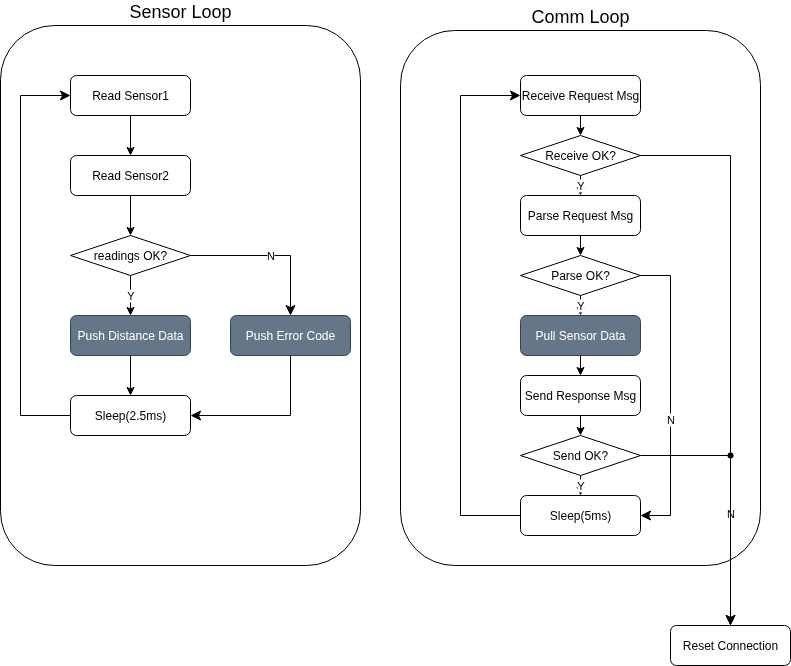
ernst-schwaiger/IDP keeps this draw.io diagram as acc/doc/design/images/StateDiagramNode1.png. Above is the earlier version. Source tidied: cells renumbered, new cells last; positions are measured from the earlier drawing's top-left corner, leaving out a move shared by most shapes.
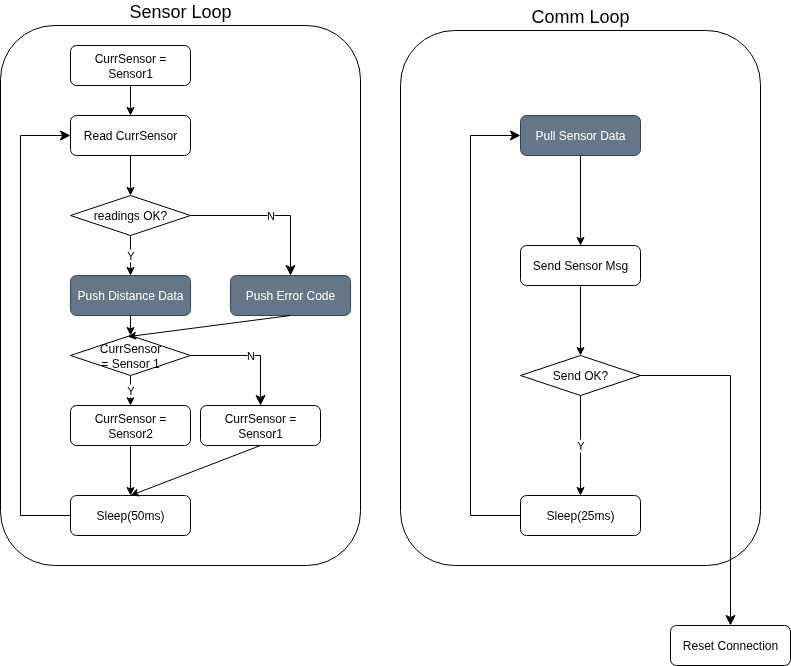
After the change.

Commit message:
Update design: Communication pattern, state charts, module->req tracing, typos

The edit, as a diff of the source:
```diff
@@ -8,144 +8,120 @@
     <mxCell id="3" value="Sensor Loop" style="rounded=1;whiteSpace=wrap;html=1;fontSize=18;labelPosition=center;verticalLabelPosition=top;align=center;verticalAlign=bottom;" parent="1" vertex="1">
       <mxGeometry width="360" height="540" as="geometry" />
     </mxCell>
-    <mxCell id="4" style="group;" parent="1" vertex="1">
-      <mxGeometry x="20" y="50" width="680" height="360" as="geometry" />
-    </mxCell>
+    <mxCell id="18" value="Reset Connection" style="rounded=1;whiteSpace=wrap;html=1;" parent="1" vertex="1">
+      <mxGeometry x="670" y="600" width="120" height="40" as="geometry" />
+    </mxCell>
+    <mxCell id="38" style="edgeStyle=elbowEdgeStyle;elbow=vertical;endArrow=classic;html=1;curved=0;rounded=0;endSize=8;startSize=8;exitX=1;exitY=0.5;exitDx=0;exitDy=0;entryDx=0;entryDy=0;entryX=0.5;entryY=0;" parent="1" edge="1" source="32" target="18">
+      <mxGeometry x="0.29" y="-20" relative="1" as="geometry">
+        <Array as="points">
+          <mxPoint x="690" y="350" />
+        </Array>
+        <mxPoint x="20" y="-20" as="offset" />
+      </mxGeometry>
+    </mxCell>
+    <mxCell id="26" value="Pull Sensor Data" style="rounded=1;whiteSpace=wrap;html=1;fillColor=#647687;fontColor=#ffffff;strokeColor=#314354;" parent="1" vertex="1">
+      <mxGeometry x="520" y="90" width="120" height="40" as="geometry" />
+    </mxCell>
+    <mxCell id="28" value="Send Sensor Msg" style="rounded=1;whiteSpace=wrap;html=1;" parent="1" vertex="1">
+      <mxGeometry x="520" y="220" width="120" height="40" as="geometry" />
+    </mxCell>
+    <mxCell id="29" style="endArrow=classic;html=1;rounded=0;entryX=0.5;entryY=0;entryDx=0;entryDy=0;exitX=0.5;exitY=1;exitDx=0;exitDy=0;" parent="1" edge="1" source="26" target="28">
+      <mxGeometry relative="1" as="geometry" />
+    </mxCell>
+    <mxCell id="32" value="Send OK?" style="rhombus;whiteSpace=wrap;html=1;" parent="1" vertex="1">
+      <mxGeometry x="520" y="330" width="120" height="40" as="geometry" />
+    </mxCell>
+    <mxCell id="33" style="endArrow=classic;html=1;rounded=0;entryX=0.5;entryY=0;entryDx=0;entryDy=0;exitX=0.5;exitY=1;exitDx=0;exitDy=0;" parent="1" edge="1" source="28" target="32">
+      <mxGeometry relative="1" as="geometry" />
+    </mxCell>
+    <mxCell id="34" value="Sleep(25ms)" style="rounded=1;whiteSpace=wrap;html=1;" parent="1" vertex="1">
+      <mxGeometry x="520" y="470" width="120" height="40" as="geometry" />
+    </mxCell>
+    <mxCell id="36" value="Y" style="endArrow=classic;html=1;rounded=0;entryX=0.5;entryY=0;entryDx=0;entryDy=0;exitX=0.5;exitY=1;exitDx=0;exitDy=0;" parent="1" edge="1" source="32" target="34">
+      <mxGeometry relative="1" as="geometry" />
+    </mxCell>
+    <mxCell id="40" value="CurrSensor =&lt;div&gt;Sensor1&lt;/div&gt;" style="rounded=1;whiteSpace=wrap;html=1;" parent="1" vertex="1">
+      <mxGeometry x="70" y="20" width="120" height="40" as="geometry" />
+    </mxCell>
-    <mxCell id="5" value="Read Sensor1" style="rounded=1;whiteSpace=wrap;html=1;" parent="4" vertex="1">
-      <mxGeometry x="50" width="120" height="40" as="geometry" />
+    <mxCell id="5" value="Read CurrSensor" style="rounded=1;whiteSpace=wrap;html=1;" parent="1" vertex="1">
+      <mxGeometry x="70" y="90" width="120" height="40" as="geometry" />
     </mxCell>
-    <mxCell id="6" value="Read Sensor2" style="rounded=1;whiteSpace=wrap;html=1;" parent="4" vertex="1">
-      <mxGeometry x="50" y="80" width="120" height="40" as="geometry" />
-    </mxCell>
-    <mxCell id="7" style="endArrow=classic;html=1;rounded=0;entryX=0.5;entryY=0;entryDx=0;entryDy=0;exitX=0.5;exitY=1;exitDx=0;exitDy=0;" parent="4" edge="1" source="5" target="6">
-      <mxGeometry relative="1" as="geometry" />
+    <mxCell id="7" style="endArrow=classic;html=1;rounded=0;entryX=0.5;entryY=0;entryDx=0;entryDy=0;exitX=0.5;exitY=1;exitDx=0;exitDy=0;" parent="1" edge="1" source="5">
+      <mxGeometry relative="1" as="geometry">
+        <mxPoint x="130" y="170" as="targetPoint" />
+      </mxGeometry>
     </mxCell>
-    <mxCell id="8" style="endArrow=classic;html=1;rounded=0;exitX=0.5;exitY=1;exitDx=0;exitDy=0;" parent="4" edge="1" source="6" target="9">
-      <mxGeometry relative="1" as="geometry" />
-    </mxCell>
-    <mxCell id="9" value="readings&amp;nbsp;&lt;span style=&quot;background-color: transparent; color: light-dark(rgb(0, 0, 0), rgb(255, 255, 255));&quot;&gt;OK?&lt;/span&gt;" style="rhombus;whiteSpace=wrap;html=1;" parent="4" vertex="1">
-      <mxGeometry x="50" y="160" width="120" height="40" as="geometry" />
+    <mxCell id="9" value="readings&amp;nbsp;&lt;span style=&quot;background-color: transparent; color: light-dark(rgb(0, 0, 0), rgb(255, 255, 255));&quot;&gt;OK?&lt;/span&gt;" style="rhombus;whiteSpace=wrap;html=1;" parent="1" vertex="1">
+      <mxGeometry x="70" y="170" width="120" height="40" as="geometry" />
     </mxCell>
-    <mxCell id="10" value="Push Distance Data" style="rounded=1;whiteSpace=wrap;html=1;fillColor=#647687;fontColor=#ffffff;strokeColor=#314354;" parent="4" vertex="1">
-      <mxGeometry x="50" y="240" width="120" height="40" as="geometry" />
+    <mxCell id="10" value="Push Distance Data" style="rounded=1;whiteSpace=wrap;html=1;fillColor=#647687;fontColor=#ffffff;strokeColor=#314354;" parent="1" vertex="1">
+      <mxGeometry x="70" y="250" width="120" height="40" as="geometry" />
     </mxCell>
-    <mxCell id="11" value="Y" style="endArrow=classic;html=1;rounded=0;entryX=0.5;entryY=0;entryDx=0;entryDy=0;exitX=0.5;exitY=1;exitDx=0;exitDy=0;" parent="4" edge="1" source="9" target="10">
+    <mxCell id="11" value="Y" style="endArrow=classic;html=1;rounded=0;entryX=0.5;entryY=0;entryDx=0;entryDy=0;exitX=0.5;exitY=1;exitDx=0;exitDy=0;" parent="1" edge="1" source="9" target="10">
       <mxGeometry relative="1" as="geometry" />
     </mxCell>
-    <mxCell id="12" value="Push Error Code" style="rounded=1;whiteSpace=wrap;html=1;fillColor=#647687;fontColor=#ffffff;strokeColor=#314354;" parent="4" vertex="1">
-      <mxGeometry x="210" y="240" width="120" height="40" as="geometry" />
+    <mxCell id="12" value="Push Error Code" style="rounded=1;whiteSpace=wrap;html=1;fillColor=#647687;fontColor=#ffffff;strokeColor=#314354;" parent="1" vertex="1">
+      <mxGeometry x="230" y="250" width="120" height="40" as="geometry" />
     </mxCell>
-    <mxCell id="13" value="N" style="edgeStyle=elbowEdgeStyle;elbow=vertical;endArrow=classic;html=1;curved=0;rounded=0;endSize=8;startSize=8;entryX=0.5;entryY=0;entryDx=0;entryDy=0;exitX=1;exitY=0.5;exitDx=0;exitDy=0;" parent="4" edge="1" source="9" target="12">
+    <mxCell id="13" value="N" style="edgeStyle=elbowEdgeStyle;elbow=vertical;endArrow=classic;html=1;curved=0;rounded=0;endSize=8;startSize=8;entryX=0.5;entryY=0;entryDx=0;entryDy=0;exitX=1;exitY=0.5;exitDx=0;exitDy=0;" parent="1" edge="1" source="9" target="12">
       <mxGeometry relative="1" as="geometry">
         <Array as="points">
-          <mxPoint x="230" y="180" />
+          <mxPoint x="250" y="190" />
         </Array>
       </mxGeometry>
     </mxCell>
-    <mxCell id="14" value="Sleep(2.5ms)" style="rounded=1;whiteSpace=wrap;html=1;" parent="4" vertex="1">
-      <mxGeometry x="50" y="320" width="120" height="40" as="geometry" />
+    <mxCell id="14" value="Sleep(50ms)" style="rounded=1;whiteSpace=wrap;html=1;" parent="1" vertex="1">
+      <mxGeometry x="70" y="470" width="120" height="40" as="geometry" />
     </mxCell>
-    <mxCell id="15" style="endArrow=classic;html=1;rounded=0;entryX=0.5;entryY=0;entryDx=0;entryDy=0;exitX=0.5;exitY=1;exitDx=0;exitDy=0;" parent="4" edge="1" source="10" target="14">
+    <mxCell id="15" value="Y" style="endArrow=classic;html=1;rounded=0;exitX=0.5;exitY=1;exitDx=0;exitDy=0;" parent="1" edge="1" source="41" target="44">
       <mxGeometry relative="1" as="geometry" />
     </mxCell>
-    <mxCell id="16" style="edgeStyle=elbowEdgeStyle;elbow=vertical;endArrow=classic;html=1;curved=0;rounded=0;endSize=8;startSize=8;entryX=1;entryY=0.5;entryDx=0;entryDy=0;exitX=0.5;exitY=1;exitDx=0;exitDy=0;" parent="4" edge="1" source="12" target="14">
-      <mxGeometry relative="1" as="geometry">
-        <Array as="points">
-          <mxPoint x="270" y="340" />
-        </Array>
-      </mxGeometry>
-    </mxCell>
-    <mxCell id="17" style="edgeStyle=elbowEdgeStyle;elbow=vertical;endArrow=classic;html=1;curved=0;rounded=0;endSize=8;startSize=8;entryX=0;entryY=0.5;entryDx=0;entryDy=0;exitX=0;exitY=0.5;exitDx=0;exitDy=0;" parent="4" edge="1" source="14" target="5">
+    <mxCell id="17" style="edgeStyle=elbowEdgeStyle;elbow=vertical;endArrow=classic;html=1;curved=0;rounded=0;endSize=8;startSize=8;entryX=0;entryY=0.5;entryDx=0;entryDy=0;exitX=0;exitY=0.5;exitDx=0;exitDy=0;" parent="1" edge="1" source="14" target="5">
       <mxGeometry relative="1" as="geometry">
         <Array as="points">
-          <mxPoint y="160" />
+          <mxPoint x="20" y="250" />
         </Array>
       </mxGeometry>
     </mxCell>
-    <mxCell id="18" value="Reset Connection" style="rounded=1;whiteSpace=wrap;html=1;" parent="1" vertex="1">
-      <mxGeometry x="670" y="600" width="120" height="40" as="geometry" />
-    </mxCell>
+    <mxCell id="41" value="CurrSensor&lt;div&gt;= Sensor 1&lt;/div&gt;" style="rhombus;whiteSpace=wrap;html=1;" parent="1" vertex="1">
+      <mxGeometry x="70" y="310" width="120" height="40" as="geometry" />
+    </mxCell>
+    <mxCell id="42" style="endArrow=classic;html=1;rounded=0;exitX=0.5;exitY=1;exitDx=0;exitDy=0;entryX=0.5;entryY=0;entryDx=0;entryDy=0;" parent="1" edge="1" source="10" target="41">
+      <mxGeometry relative="1" as="geometry" />
+    </mxCell>
+    <mxCell id="43" style="endArrow=classic;html=1;rounded=0;entryX=0.477;entryY=0.03;entryDx=0;entryDy=0;entryPerimeter=0;" parent="1" edge="1" target="41">
+      <mxGeometry relative="1" as="geometry">
+        <mxPoint x="290" y="290" as="sourcePoint" />
+      </mxGeometry>
+    </mxCell>
+    <mxCell id="44" value="CurrSensor =&lt;div&gt;Sensor2&lt;/div&gt;" style="rounded=1;whiteSpace=wrap;html=1;" parent="1" vertex="1">
+      <mxGeometry x="70" y="380" width="120" height="40" as="geometry" />
+    </mxCell>
+    <mxCell id="45" value="CurrSensor =&lt;div&gt;Sensor1&lt;/div&gt;" style="rounded=1;whiteSpace=wrap;html=1;" parent="1" vertex="1">
+      <mxGeometry x="200" y="380" width="120" height="40" as="geometry" />
+    </mxCell>
-    <mxCell id="19" value="N" style="edgeStyle=elbowEdgeStyle;elbow=vertical;endArrow=classic;html=1;curved=0;rounded=0;endSize=8;startSize=8;exitX=1;exitY=0.5;exitDx=0;exitDy=0;entryX=0.5;entryY=0;entryDx=0;entryDy=0;" parent="1" edge="1" source="32" target="18">
-      <mxGeometry x="0.29" y="-20" relative="1" as="geometry">
+    <mxCell id="19" value="N" style="edgeStyle=elbowEdgeStyle;elbow=vertical;endArrow=classic;html=1;curved=0;rounded=0;endSize=8;startSize=8;exitX=1;exitY=0.5;exitDx=0;exitDy=0;entryX=0.5;entryY=0;entryDx=0;entryDy=0;" parent="1" edge="1" source="41" target="45">
+      <mxGeometry relative="1" as="geometry">
         <Array as="points">
-          <mxPoint x="720" y="430" />
+          <mxPoint x="230" y="330" />
         </Array>
-        <mxPoint x="20" y="-20" as="offset" />
       </mxGeometry>
     </mxCell>
-    <mxCell id="20" style="group;" parent="1" vertex="1">
-      <mxGeometry x="460" y="50" width="180" height="460" as="geometry" />
-    </mxCell>
-    <mxCell id="21" value="Receive Request Msg" style="rounded=1;whiteSpace=wrap;html=1;" parent="20" vertex="1">
-      <mxGeometry x="60" width="120" height="40" as="geometry" />
-    </mxCell>
-    <mxCell id="22" value="Parse Request Msg" style="rounded=1;whiteSpace=wrap;html=1;" parent="20" vertex="1">
-      <mxGeometry x="60" y="120" width="120" height="40" as="geometry" />
-    </mxCell>
-    <mxCell id="23" style="endArrow=classic;html=1;rounded=0;exitX=0.5;exitY=1;exitDx=0;exitDy=0;entryX=0.5;entryY=0;entryDx=0;entryDy=0;" parent="20" edge="1" source="21" target="25">
-      <mxGeometry relative="1" as="geometry" />
-    </mxCell>
-    <mxCell id="24" style="endArrow=classic;html=1;rounded=0;exitX=0.5;exitY=1;exitDx=0;exitDy=0;" parent="20" edge="1" source="22" target="30">
-      <mxGeometry relative="1" as="geometry" />
-    </mxCell>
-    <mxCell id="25" value="Receive&amp;nbsp;&lt;span style=&quot;background-color: transparent; color: light-dark(rgb(0, 0, 0), rgb(255, 255, 255));&quot;&gt;OK?&lt;/span&gt;" style="rhombus;whiteSpace=wrap;html=1;" parent="20" vertex="1">
-      <mxGeometry x="60" y="60" width="120" height="40" as="geometry" />
-    </mxCell>
-    <mxCell id="26" value="Pull Sensor Data" style="rounded=1;whiteSpace=wrap;html=1;fillColor=#647687;fontColor=#ffffff;strokeColor=#314354;" parent="20" vertex="1">
-      <mxGeometry x="60" y="240" width="120" height="40" as="geometry" />
-    </mxCell>
-    <mxCell id="27" value="Y" style="endArrow=classic;html=1;rounded=0;entryX=0.5;entryY=0;entryDx=0;entryDy=0;exitX=0.5;exitY=1;exitDx=0;exitDy=0;" parent="20" edge="1" source="25" target="22">
-      <mxGeometry relative="1" as="geometry" />
-    </mxCell>
-    <mxCell id="28" value="Send Response Msg" style="rounded=1;whiteSpace=wrap;html=1;" parent="20" vertex="1">
-      <mxGeometry x="60" y="300" width="120" height="40" as="geometry" />
-    </mxCell>
-    <mxCell id="29" style="endArrow=classic;html=1;rounded=0;entryX=0.5;entryY=0;entryDx=0;entryDy=0;exitX=0.5;exitY=1;exitDx=0;exitDy=0;" parent="20" edge="1" source="26" target="28">
-      <mxGeometry relative="1" as="geometry" />
-    </mxCell>
-    <mxCell id="30" value="Parse OK?" style="rhombus;whiteSpace=wrap;html=1;" parent="20" vertex="1">
-      <mxGeometry x="60" y="180" width="120" height="40" as="geometry" />
-    </mxCell>
-    <mxCell id="31" value="Y" style="endArrow=classic;html=1;rounded=0;exitX=0.5;exitY=1;exitDx=0;exitDy=0;entryX=0.5;entryY=0;entryDx=0;entryDy=0;" parent="20" edge="1" source="30" target="26">
-      <mxGeometry relative="1" as="geometry" />
-    </mxCell>
-    <mxCell id="32" value="Send OK?" style="rhombus;whiteSpace=wrap;html=1;" parent="20" vertex="1">
-      <mxGeometry x="60" y="360" width="120" height="40" as="geometry" />
-    </mxCell>
-    <mxCell id="33" style="endArrow=classic;html=1;rounded=0;entryX=0.5;entryY=0;entryDx=0;entryDy=0;exitX=0.5;exitY=1;exitDx=0;exitDy=0;" parent="20" edge="1" source="28" target="32">
-      <mxGeometry relative="1" as="geometry" />
-    </mxCell>
-    <mxCell id="34" value="Sleep(5ms)" style="rounded=1;whiteSpace=wrap;html=1;" parent="20" vertex="1">
-      <mxGeometry x="60" y="420" width="120" height="40" as="geometry" />
-    </mxCell>
-    <mxCell id="35" style="edgeStyle=elbowEdgeStyle;elbow=vertical;endArrow=classic;html=1;curved=0;rounded=0;endSize=8;startSize=8;entryX=0;entryY=0.5;entryDx=0;entryDy=0;exitX=0;exitY=0.5;exitDx=0;exitDy=0;" parent="20" edge="1" source="34" target="21">
-      <mxGeometry relative="1" as="geometry">
-        <Array as="points">
-          <mxPoint y="220" />
-        </Array>
-      </mxGeometry>
-    </mxCell>
-    <mxCell id="36" value="Y" style="endArrow=classic;html=1;rounded=0;entryX=0.5;entryY=0;entryDx=0;entryDy=0;exitX=0.5;exitY=1;exitDx=0;exitDy=0;" parent="20" edge="1" source="32" target="34">
-      <mxGeometry relative="1" as="geometry" />
-    </mxCell>
-    <mxCell id="37" value="N" style="edgeStyle=elbowEdgeStyle;elbow=vertical;endArrow=classic;html=1;curved=0;rounded=0;endSize=8;startSize=8;exitX=1;exitY=0.5;exitDx=0;exitDy=0;" parent="20" edge="1" source="30" target="34">
-      <mxGeometry x="0.29" y="-20" relative="1" as="geometry">
-        <Array as="points">
-          <mxPoint x="210" y="320" />
-        </Array>
-        <mxPoint x="20" y="-20" as="offset" />
-      </mxGeometry>
-    </mxCell>
-    <mxCell id="38" style="edgeStyle=elbowEdgeStyle;elbow=vertical;endArrow=classic;html=1;curved=0;rounded=0;endSize=8;startSize=8;exitX=1;exitY=0.5;exitDx=0;exitDy=0;entryDx=0;entryDy=0;entryX=0.5;entryY=0;" parent="1" edge="1" source="25" target="18">
-      <mxGeometry x="0.29" y="-20" relative="1" as="geometry">
-        <Array as="points">
-          <mxPoint x="690" y="130" />
-        </Array>
-        <mxPoint x="20" y="-20" as="offset" />
-      </mxGeometry>
-    </mxCell>
-    <mxCell id="39" style="shape=waypoint;sketch=0;fillStyle=solid;size=6;fillColor=none;perimeter=centerPerimeter;" parent="1" vertex="1">
-      <mxGeometry x="720" y="420" width="20" height="20" as="geometry" />
-    </mxCell>
+    <mxCell id="46" style="endArrow=classic;html=1;rounded=0;entryX=0.5;entryY=0;entryDx=0;entryDy=0;exitX=0.5;exitY=1;exitDx=0;exitDy=0;" parent="1" edge="1" source="44" target="14">
+      <mxGeometry relative="1" as="geometry" />
+    </mxCell>
+    <mxCell id="47" style="endArrow=classic;html=1;rounded=0;entryX=0.5;entryY=0;entryDx=0;entryDy=0;exitX=0.5;exitY=1;exitDx=0;exitDy=0;" parent="1" edge="1" source="45" target="14">
+      <mxGeometry relative="1" as="geometry" />
+    </mxCell>
+    <mxCell id="48" style="endArrow=classic;html=1;rounded=0;exitX=0.5;exitY=1;exitDx=0;exitDy=0;" parent="1" edge="1" source="40" target="5">
+      <mxGeometry relative="1" as="geometry" />
+    </mxCell>
+    <mxCell id="49" style="edgeStyle=elbowEdgeStyle;elbow=vertical;endArrow=classic;html=1;curved=0;rounded=0;endSize=8;startSize=8;exitX=0;exitY=0.5;exitDx=0;exitDy=0;" parent="1" edge="1" source="34" target="26">
+      <mxGeometry relative="1" as="geometry">
+        <Array as="points">
+          <mxPoint x="470" y="360" />
+        </Array>
+      </mxGeometry>
+    </mxCell>
   </root>
 </mxGraphModel>
```
